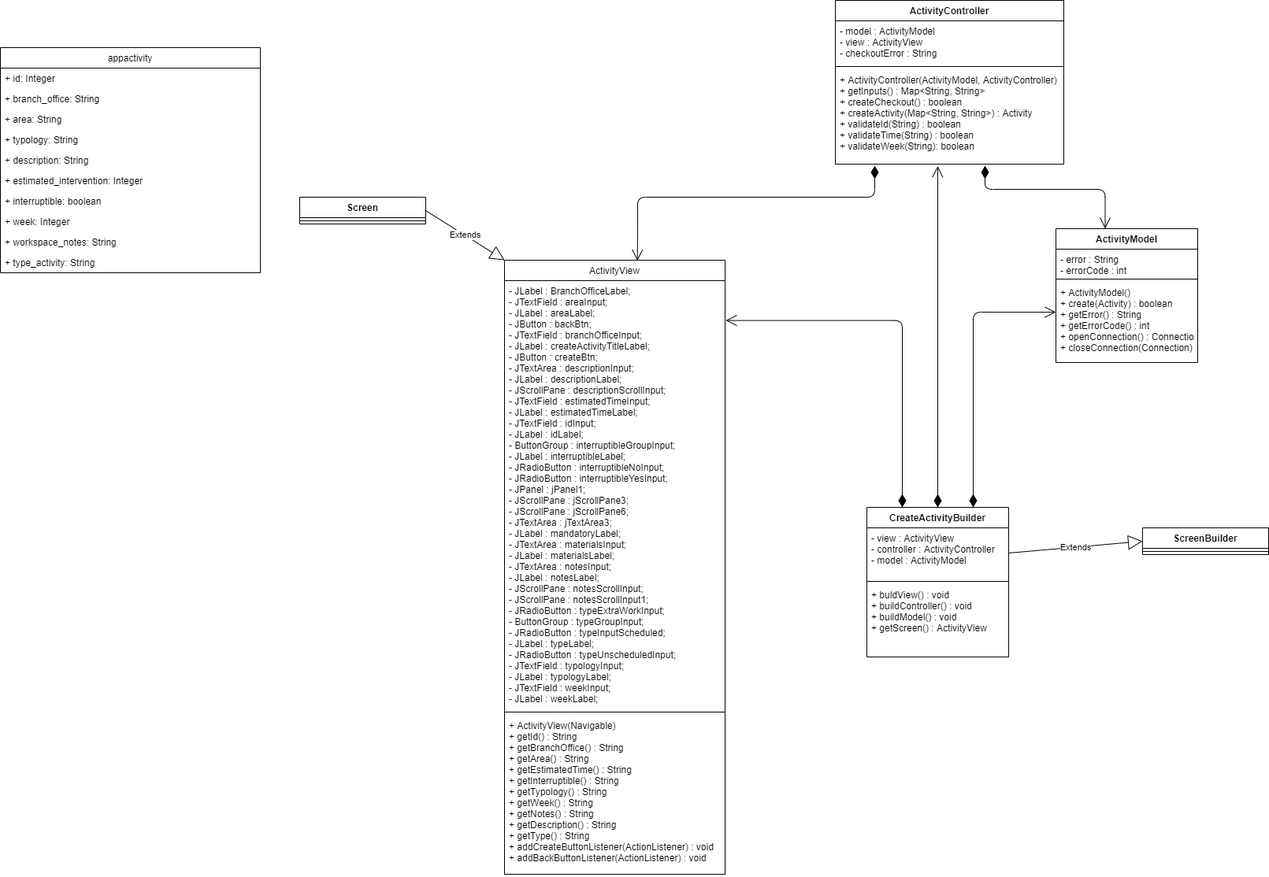
The draw.io diagram progettazione/MaintenanceAppCreateActivity.png in MyUniversityProjects/MaintenanceApplication, before a commit. Source tidied: cells renumbered, new cells last; positions are measured from the earlier drawing's top-left corner, leaving out a move shared by most shapes.
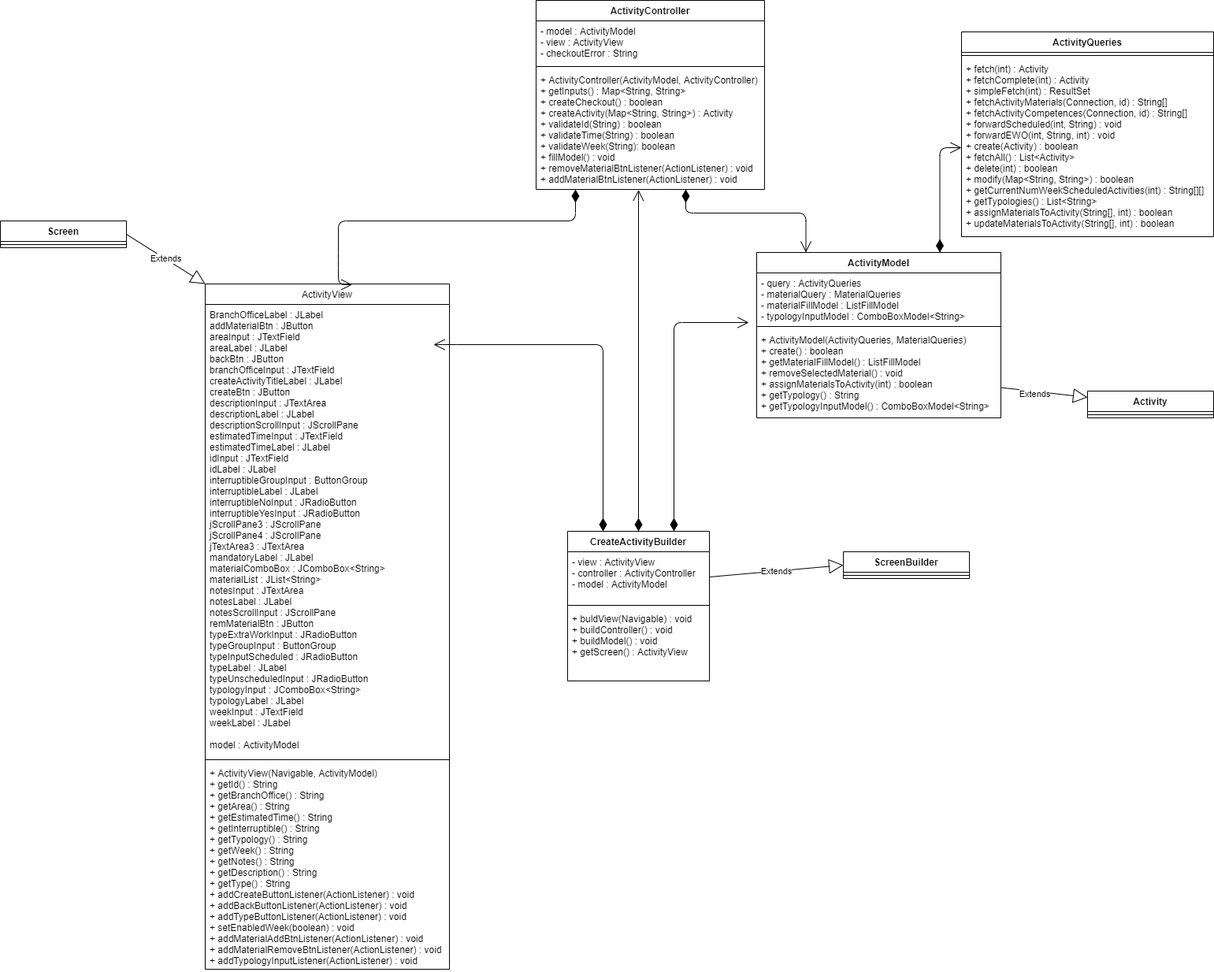
The same diagram one commit later.

Change to the diagram source:
```diff
@@ -3,16 +3,16 @@
     <mxCell id="0" />
     <mxCell id="1" parent="0" />
     <mxCell id="2" value="ActivityView" style="swimlane;fontStyle=0;align=center;verticalAlign=top;horizontal=1;startSize=26;rounded=0;shadow=0;strokeWidth=1;" parent="1" vertex="1">
-      <mxGeometry x="640" y="330" width="280" height="780" as="geometry" />
+      <mxGeometry x="640" y="330" width="310" height="870" as="geometry" />
     </mxCell>
-    <mxCell id="3" value="- JLabel : BranchOfficeLabel;&#10;- JTextField : areaInput;&#10;- JLabel : areaLabel;&#10;- JButton : backBtn;&#10;- JTextField : branchOfficeInput;&#10;- JLabel : createActivityTitleLabel;&#10;- JButton : createBtn;&#10;- JTextArea : descriptionInput;&#10;- JLabel : descriptionLabel;&#10;- JScrollPane : descriptionScrollInput;&#10;- JTextField : estimatedTimeInput;&#10;- JLabel : estimatedTimeLabel;&#10;- JTextField : idInput;&#10;- JLabel : idLabel;&#10;- ButtonGroup : interruptibleGroupInput;&#10;- JLabel : interruptibleLabel;&#10;- JRadioButton : interruptibleNoInput;&#10;- JRadioButton : interruptibleYesInput;&#10;- JPanel : jPanel1;&#10;- JScrollPane : jScrollPane3;&#10;- JScrollPane : jScrollPane6;&#10;- JTextArea : jTextArea3;&#10;- JLabel : mandatoryLabel;&#10;- JTextArea : materialsInput;&#10;- JLabel : materialsLabel;&#10;- JTextArea : notesInput;&#10;- JLabel : notesLabel;&#10;- JScrollPane : notesScrollInput;&#10;- JScrollPane : notesScrollInput1;&#10;- JRadioButton : typeExtraWorkInput;&#10;- ButtonGroup : typeGroupInput;&#10;- JRadioButton : typeInputScheduled;&#10;- JLabel : typeLabel;&#10;- JRadioButton : typeUnscheduledInput;&#10;- JTextField : typologyInput;&#10;- JLabel : typologyLabel;&#10;- JTextField : weekInput;&#10;- JLabel : weekLabel;" style="text;align=left;verticalAlign=top;spacingLeft=4;spacingRight=4;overflow=hidden;points=[[0,0.5],[1,0.5]];portConstraint=eastwest;" parent="2" vertex="1">
-      <mxGeometry y="26" width="280" height="544" as="geometry" />
+    <mxCell id="3" value="BranchOfficeLabel : JLabel&#10;addMaterialBtn : JButton&#10;areaInput : JTextField&#10;areaLabel : JLabel&#10;backBtn : JButton&#10;branchOfficeInput : JTextField&#10;createActivityTitleLabel : JLabel&#10;createBtn : JButton&#10;descriptionInput : JTextArea&#10;descriptionLabel : JLabel&#10;descriptionScrollInput : JScrollPane&#10;estimatedTimeInput : JTextField&#10;estimatedTimeLabel : JLabel&#10;idInput : JTextField&#10;idLabel : JLabel&#10;interruptibleGroupInput : ButtonGroup&#10;interruptibleLabel : JLabel&#10;interruptibleNoInput : JRadioButton&#10;interruptibleYesInput : JRadioButton&#10;jScrollPane3 : JScrollPane&#10;jScrollPane4 : JScrollPane&#10;jTextArea3 : JTextArea&#10;mandatoryLabel : JLabel&#10;materialComboBox : JComboBox&lt;String&gt;&#10;materialList : JList&lt;String&gt;&#10;notesInput : JTextArea&#10;notesLabel : JLabel&#10;notesScrollInput : JScrollPane&#10;remMaterialBtn : JButton&#10;typeExtraWorkInput : JRadioButton&#10;typeGroupInput : ButtonGroup&#10;typeInputScheduled : JRadioButton&#10;typeLabel : JLabel&#10;typeUnscheduledInput : JRadioButton&#10;typologyInput : JComboBox&lt;String&gt;&#10;typologyLabel : JLabel&#10;weekInput : JTextField&#10;weekLabel : JLabel&#10;&#10;model : ActivityModel" style="text;align=left;verticalAlign=top;spacingLeft=4;spacingRight=4;overflow=hidden;points=[[0,0.5],[1,0.5]];portConstraint=eastwest;" parent="2" vertex="1">
+      <mxGeometry y="26" width="310" height="574" as="geometry" />
     </mxCell>
     <mxCell id="4" style="line;html=1;strokeWidth=1;align=left;verticalAlign=middle;spacingTop=-1;spacingLeft=3;spacingRight=3;labelPosition=right;" parent="2" vertex="1">
-      <mxGeometry y="570" width="280" height="8" as="geometry" />
+      <mxGeometry y="600" width="310" height="8" as="geometry" />
     </mxCell>
-    <mxCell id="5" value="+ ActivityView(Navigable)&#10;+ getId() : String&#10;+ getBranchOffice() : String&#10;+ getArea() : String&#10;+ getEstimatedTime() : String&#10;+ getInterruptible() : String&#10;+ getTypology() : String&#10;+ getWeek() : String&#10;+ getNotes() : String&#10;+ getDescription() : String&#10;+ getType() : String&#10;+ addCreateButtonListener(ActionListener) : void&#10;+ addBackButtonListener(ActionListener) : void" style="text;align=left;verticalAlign=top;spacingLeft=4;spacingRight=4;overflow=hidden;" parent="2" vertex="1">
-      <mxGeometry y="578" width="280" height="202" as="geometry" />
+    <mxCell id="5" value="+ ActivityView(Navigable, ActivityModel)&#10;+ getId() : String&#10;+ getBranchOffice() : String&#10;+ getArea() : String&#10;+ getEstimatedTime() : String&#10;+ getInterruptible() : String&#10;+ getTypology() : String&#10;+ getWeek() : String&#10;+ getNotes() : String&#10;+ getDescription() : String&#10;+ getType() : String&#10;+ addCreateButtonListener(ActionListener) : void&#10;+ addBackButtonListener(ActionListener) : void&#10;+ addTypeButtonListener(ActionListener) : void&#10;+ setEnabledWeek(boolean) : void&#10;+ addMaterialAddBtnListener(ActionListener) : void&#10;+ addMaterialRemoveBtnListener(ActionListener) : void&#10;+ addTypologyInputListener(ActionListener) : void" style="text;align=left;verticalAlign=top;spacingLeft=4;spacingRight=4;overflow=hidden;" parent="2" vertex="1">
+      <mxGeometry y="608" width="310" height="262" as="geometry" />
     </mxCell>
     <mxCell id="6" value="Screen" style="swimlane;fontStyle=1;align=center;verticalAlign=top;horizontal=1;startSize=26;" parent="1" vertex="1">
       <mxGeometry x="380" y="250" width="160" height="34" as="geometry" />
@@ -20,39 +20,6 @@
     <mxCell id="7" style="line;strokeWidth=1;fillColor=none;align=left;verticalAlign=middle;spacingTop=-1;spacingLeft=3;spacingRight=3;labelPosition=right;" parent="6" vertex="1">
       <mxGeometry y="26" width="160" height="8" as="geometry" />
     </mxCell>
-    <mxCell id="8" value="appactivity" style="swimlane;fontStyle=0;horizontal=1;startSize=26;fillColor=none;" parent="1" vertex="1">
-      <mxGeometry y="60" width="330" height="286" as="geometry" />
-    </mxCell>
-    <mxCell id="9" value="+ id: Integer" style="text;strokeColor=none;fillColor=none;align=left;verticalAlign=top;spacingLeft=4;spacingRight=4;overflow=hidden;" parent="8" vertex="1">
-      <mxGeometry y="26" width="330" height="26" as="geometry" />
-    </mxCell>
-    <mxCell id="10" value="+ branch_office: String" style="text;strokeColor=none;fillColor=none;align=left;verticalAlign=top;spacingLeft=4;spacingRight=4;overflow=hidden;" parent="8" vertex="1">
-      <mxGeometry y="52" width="330" height="26" as="geometry" />
-    </mxCell>
-    <mxCell id="11" value="+ area: String" style="text;strokeColor=none;fillColor=none;align=left;verticalAlign=top;spacingLeft=4;spacingRight=4;overflow=hidden;" parent="8" vertex="1">
-      <mxGeometry y="78" width="330" height="26" as="geometry" />
-    </mxCell>
-    <mxCell id="12" value="+ typology: String" style="text;strokeColor=none;fillColor=none;align=left;verticalAlign=top;spacingLeft=4;spacingRight=4;overflow=hidden;" parent="8" vertex="1">
-      <mxGeometry y="104" width="330" height="26" as="geometry" />
-    </mxCell>
-    <mxCell id="13" value="+ description: String" style="text;strokeColor=none;fillColor=none;align=left;verticalAlign=top;spacingLeft=4;spacingRight=4;overflow=hidden;" parent="8" vertex="1">
-      <mxGeometry y="130" width="330" height="26" as="geometry" />
-    </mxCell>
-    <mxCell id="14" value="+ estimated_intervention: Integer" style="text;strokeColor=none;fillColor=none;align=left;verticalAlign=top;spacingLeft=4;spacingRight=4;overflow=hidden;" parent="8" vertex="1">
-      <mxGeometry y="156" width="330" height="26" as="geometry" />
-    </mxCell>
-    <mxCell id="15" value="+ interruptible: boolean" style="text;strokeColor=none;fillColor=none;align=left;verticalAlign=top;spacingLeft=4;spacingRight=4;overflow=hidden;" parent="8" vertex="1">
-      <mxGeometry y="182" width="330" height="26" as="geometry" />
-    </mxCell>
-    <mxCell id="16" value="+ week: Integer" style="text;strokeColor=none;fillColor=none;align=left;verticalAlign=top;spacingLeft=4;spacingRight=4;overflow=hidden;" parent="8" vertex="1">
-      <mxGeometry y="208" width="330" height="26" as="geometry" />
-    </mxCell>
-    <mxCell id="17" value="+ workspace_notes: String" style="text;strokeColor=none;fillColor=none;align=left;verticalAlign=top;spacingLeft=4;spacingRight=4;overflow=hidden;" parent="8" vertex="1">
-      <mxGeometry y="234" width="330" height="26" as="geometry" />
-    </mxCell>
-    <mxCell id="18" value="+ type_activity: String" style="text;strokeColor=none;fillColor=none;align=left;verticalAlign=top;spacingLeft=4;spacingRight=4;overflow=hidden;" parent="8" vertex="1">
-      <mxGeometry y="260" width="330" height="26" as="geometry" />
-    </mxCell>
     <mxCell id="19" style="endArrow=open;html=1;endSize=12;startArrow=diamondThin;startSize=14;startFill=1;edgeStyle=orthogonalEdgeStyle;align=left;verticalAlign=bottom;exitX=0.25;exitY=0;exitDx=0;exitDy=0;entryX=1;entryY=1;entryDx=0;entryDy=0;" parent="1" edge="1">
       <mxGeometry x="-0.91" relative="1" as="geometry">
         <mxPoint x="1250" y="210" as="sourcePoint" />
@@ -83,7 +50,7 @@
     <mxCell id="23" style="line;strokeWidth=1;fillColor=none;align=left;verticalAlign=middle;spacingTop=-1;spacingLeft=3;spacingRight=3;labelPosition=right;" parent="21" vertex="1">
       <mxGeometry y="90" width="180" height="8" as="geometry" />
     </mxCell>
-    <mxCell id="24" value="+ buldView() : void&#10;+ buildController() : void&#10;+ buildModel() : void&#10;+ getScreen() : ActivityView" style="text;strokeColor=none;fillColor=none;align=left;verticalAlign=top;spacingLeft=4;spacingRight=4;overflow=hidden;" parent="21" vertex="1">
+    <mxCell id="24" value="+ buldView(Navigable) : void&#10;+ buildController() : void&#10;+ buildModel() : void&#10;+ getScreen() : ActivityView" style="text;strokeColor=none;fillColor=none;align=left;verticalAlign=top;spacingLeft=4;spacingRight=4;overflow=hidden;" parent="21" vertex="1">
       <mxGeometry y="98" width="180" height="92" as="geometry" />
     </mxCell>
     <mxCell id="25" value="ScreenBuilder" style="swimlane;fontStyle=1;align=center;verticalAlign=top;horizontal=1;startSize=26;" parent="1" vertex="1">
@@ -101,17 +68,20 @@
         </Array>
       </mxGeometry>
     </mxCell>
-    <mxCell id="28" style="endArrow=open;html=1;endSize=12;startArrow=diamondThin;startSize=14;startFill=1;edgeStyle=orthogonalEdgeStyle;align=left;verticalAlign=bottom;entryX=0;entryY=0.373;entryDx=0;entryDy=0;exitX=0.75;exitY=0;exitDx=0;exitDy=0;entryPerimeter=0;" parent="1" edge="1" source="21" target="39">
+    <mxCell id="28" style="endArrow=open;html=1;endSize=12;startArrow=diamondThin;startSize=14;startFill=1;edgeStyle=orthogonalEdgeStyle;align=left;verticalAlign=bottom;exitX=0.75;exitY=0;exitDx=0;exitDy=0;" parent="1" edge="1" source="21">
       <mxGeometry x="-0.85" relative="1" as="geometry">
+        <mxPoint x="1330" y="379" as="targetPoint" />
         <Array as="points">
-          <mxPoint x="1235" y="396" />
+          <mxPoint x="1235" y="379" />
         </Array>
       </mxGeometry>
     </mxCell>
-    <mxCell id="29" style="endArrow=open;html=1;endSize=12;startArrow=diamondThin;startSize=14;startFill=1;edgeStyle=orthogonalEdgeStyle;align=left;verticalAlign=bottom;entryX=1.003;entryY=0.093;entryDx=0;entryDy=0;exitX=0.25;exitY=0;exitDx=0;exitDy=0;entryPerimeter=0;" parent="1" edge="1" source="21" target="3">
+    <mxCell id="29" style="endArrow=open;html=1;endSize=12;startArrow=diamondThin;startSize=14;startFill=1;edgeStyle=orthogonalEdgeStyle;align=left;verticalAlign=bottom;exitX=0.25;exitY=0;exitDx=0;exitDy=0;" parent="1" edge="1" source="21">
       <mxGeometry x="-0.85" relative="1" as="geometry">
+        <mxPoint x="930" y="407" as="targetPoint" />
         <Array as="points">
           <mxPoint x="1145" y="407" />
+          <mxPoint x="950" y="407" />
         </Array>
       </mxGeometry>
     </mxCell>
@@ -122,7 +92,7 @@
       <mxGeometry relative="1" as="geometry" />
     </mxCell>
     <mxCell id="32" value="ActivityController" style="swimlane;fontStyle=1;align=center;verticalAlign=top;horizontal=1;startSize=26;rounded=0;shadow=0;strokeWidth=1;" parent="1" vertex="1">
-      <mxGeometry x="1060" width="290" height="208" as="geometry" />
+      <mxGeometry x="1060" y="-30" width="290" height="240" as="geometry" />
     </mxCell>
     <mxCell id="33" value="- model : ActivityModel&#10;- view : ActivityView&#10;- checkoutError : String" style="text;align=left;verticalAlign=top;spacingLeft=4;spacingRight=4;overflow=hidden;" parent="32" vertex="1">
       <mxGeometry y="26" width="290" height="54" as="geometry" />
@@ -130,20 +100,44 @@
     <mxCell id="34" style="line;html=1;strokeWidth=1;align=left;verticalAlign=middle;spacingTop=-1;spacingLeft=3;spacingRight=3;labelPosition=right;" parent="32" vertex="1">
       <mxGeometry y="80" width="290" height="8" as="geometry" />
     </mxCell>
-    <mxCell id="35" value="+ ActivityController(ActivityModel, ActivityController)&#10;+ getInputs() : Map&lt;String, String&gt;&#10;+ createCheckout() : boolean&#10;+ createActivity(Map&lt;String, String&gt;) : Activity&#10;+ validateId(String) : boolean&#10;+ validateTime(String) : boolean&#10;+ validateWeek(String): boolean" style="text;align=left;verticalAlign=top;spacingLeft=4;spacingRight=4;overflow=hidden;" parent="32" vertex="1">
-      <mxGeometry y="88" width="290" height="120" as="geometry" />
+    <mxCell id="35" value="+ ActivityController(ActivityModel, ActivityController)&#10;+ getInputs() : Map&lt;String, String&gt;&#10;+ createCheckout() : boolean&#10;+ createActivity(Map&lt;String, String&gt;) : Activity&#10;+ validateId(String) : boolean&#10;+ validateTime(String) : boolean&#10;+ validateWeek(String): boolean&#10;+ fillModel() : void&#10;+ removeMaterialBtnListener(ActionListener) : void&#10;+ addMaterialBtnListener(ActionListener) : void" style="text;align=left;verticalAlign=top;spacingLeft=4;spacingRight=4;overflow=hidden;" parent="32" vertex="1">
+      <mxGeometry y="88" width="290" height="152" as="geometry" />
     </mxCell>
+    <mxCell id="40" style="endArrow=open;html=1;endSize=12;startArrow=diamondThin;startSize=14;startFill=1;edgeStyle=orthogonalEdgeStyle;align=left;verticalAlign=bottom;exitX=0.75;exitY=0;exitDx=0;exitDy=0;entryX=0;entryY=0.5;entryDx=0;entryDy=0;" parent="1" edge="1" source="36" target="47">
+      <mxGeometry relative="1" as="geometry" />
+    </mxCell>
     <mxCell id="36" value="ActivityModel" style="swimlane;fontStyle=1;align=center;verticalAlign=top;horizontal=1;startSize=26;rounded=0;shadow=0;strokeWidth=1;" parent="1" vertex="1">
-      <mxGeometry x="1340" y="290" width="180" height="170" as="geometry" />
+      <mxGeometry x="1340" y="290" width="310" height="210" as="geometry" />
     </mxCell>
-    <mxCell id="37" value="- error : String&#10;- errorCode : int" style="text;align=left;verticalAlign=top;spacingLeft=4;spacingRight=4;overflow=hidden;" parent="36" vertex="1">
-      <mxGeometry y="26" width="180" height="34" as="geometry" />
+    <mxCell id="37" value="- query : ActivityQueries&#10;- materialQuery : MaterialQueries&#10;- materialFillModel : ListFillModel&#10;- typologyInputModel : ComboBoxModel&lt;String&gt;" style="text;align=left;verticalAlign=top;spacingLeft=4;spacingRight=4;overflow=hidden;" parent="36" vertex="1">
+      <mxGeometry y="26" width="310" height="64" as="geometry" />
     </mxCell>
     <mxCell id="38" style="line;html=1;strokeWidth=1;align=left;verticalAlign=middle;spacingTop=-1;spacingLeft=3;spacingRight=3;labelPosition=right;" parent="36" vertex="1">
-      <mxGeometry y="60" width="180" height="8" as="geometry" />
+      <mxGeometry y="90" width="310" height="8" as="geometry" />
     </mxCell>
-    <mxCell id="39" value="+ ActivityModel()&#10;+ create(Activity) : boolean&#10;+ getError() : String&#10;+ getErrorCode() : int&#10;+ openConnection() : Connection&#10;+ closeConnection(Connection) : void" style="text;align=left;verticalAlign=top;spacingLeft=4;spacingRight=4;overflow=hidden;points=[[0,0.5],[1,0.5]];portConstraint=eastwest;fontStyle=0;" parent="36" vertex="1">
-      <mxGeometry y="68" width="180" height="102" as="geometry" />
+    <mxCell id="39" value="+ ActivityModel(ActivityQueries, MaterialQueries)&#10;+ create() : boolean&#10;+ getMaterialFillModel() : ListFillModel&#10;+ removeSelectedMaterial() : void&#10;+ assignMaterialsToActivity(int) : boolean&#10;+ getTypology() : String&#10;+ getTypologyInputModel() : ComboBoxModel&lt;String&gt;" style="text;align=left;verticalAlign=top;spacingLeft=4;spacingRight=4;overflow=hidden;points=[[0,0.5],[1,0.5]];portConstraint=eastwest;fontStyle=0;" parent="36" vertex="1">
+      <mxGeometry y="98" width="310" height="112" as="geometry" />
     </mxCell>
+    <mxCell id="41" value="Activity" style="swimlane;fontStyle=1;align=center;verticalAlign=top;horizontal=1;startSize=26;" parent="1" vertex="1">
+      <mxGeometry x="1760" y="466" width="160" height="34" as="geometry" />
+    </mxCell>
+    <mxCell id="42" style="line;strokeWidth=1;fillColor=none;align=left;verticalAlign=middle;spacingTop=-1;spacingLeft=3;spacingRight=3;labelPosition=right;" parent="41" vertex="1">
+      <mxGeometry y="26" width="160" height="8" as="geometry" />
+    </mxCell>
+    <mxCell id="43" style="endArrow=block;endSize=16;endFill=0;html=1;" parent="1" edge="1" source="39" target="41">
+      <mxGeometry relative="1" as="geometry" />
+    </mxCell>
+    <mxCell id="44" value="Extends" style="edgeLabel;html=1;align=center;verticalAlign=middle;" parent="43" vertex="1">
+      <mxGeometry x="-0.22" y="-3" relative="1" as="geometry" />
+    </mxCell>
+    <mxCell id="45" value="ActivityQueries" style="swimlane;fontStyle=1;align=center;verticalAlign=top;horizontal=1;startSize=26;" parent="1" vertex="1">
+      <mxGeometry x="1600" y="10" width="320" height="260" as="geometry" />
+    </mxCell>
+    <mxCell id="46" style="line;strokeWidth=1;fillColor=none;align=left;verticalAlign=middle;spacingTop=-1;spacingLeft=3;spacingRight=3;labelPosition=right;" parent="45" vertex="1">
+      <mxGeometry y="26" width="320" height="8" as="geometry" />
+    </mxCell>
+    <mxCell id="47" value="+ fetch(int) : Activity&#10;+ fetchComplete(int) : Activity&#10;+ simpleFetch(int) : ResultSet&#10;+ fetchActivityMaterials(Connection, id) : String[]&#10;+ fetchActivityCompetences(Connection, id) : String[]&#10;+ forwardScheduled(int, String) : void&#10;+ forwardEWO(int, String, int) : void&#10;+ create(Activity) : boolean&#10;+ fetchAll() : List&lt;Activity&gt;&#10;+ delete(int) : boolean&#10;+ modify(Map&lt;String, String&gt;) : boolean&#10;+ getCurrentNumWeekScheduledActivities(int) : String[][]&#10;+ getTypologies() : List&lt;String&gt;&#10;+ assignMaterialsToActivity(String[], int) : boolean&#10;+ updateMaterialsToActivity(String[], int) : boolean" style="text;strokeColor=none;fillColor=none;align=left;verticalAlign=top;spacingLeft=4;spacingRight=4;overflow=hidden;points=[[0,0.5],[1,0.5]];portConstraint=eastwest;" parent="45" vertex="1">
+      <mxGeometry y="34" width="320" height="226" as="geometry" />
+    </mxCell>
   </root>
 </mxGraphModel>
```
